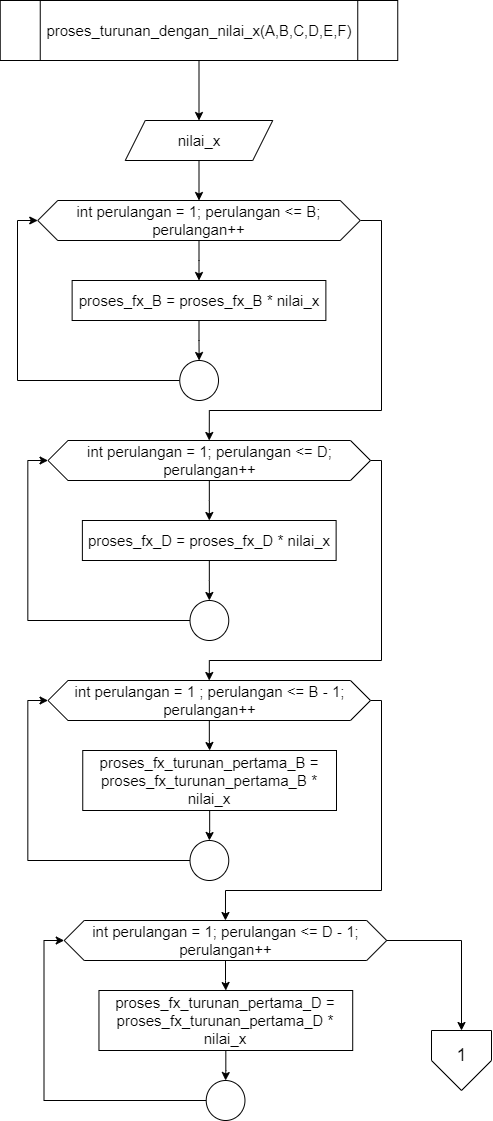
Before: Page/page 2.png, a diagram exported from draw.io (indyadirak/algoritma-newton-raptor). Source tidied: cells renumbered, new cells last; positions are measured from the earlier drawing's top-left corner, leaving out a move shared by most shapes.
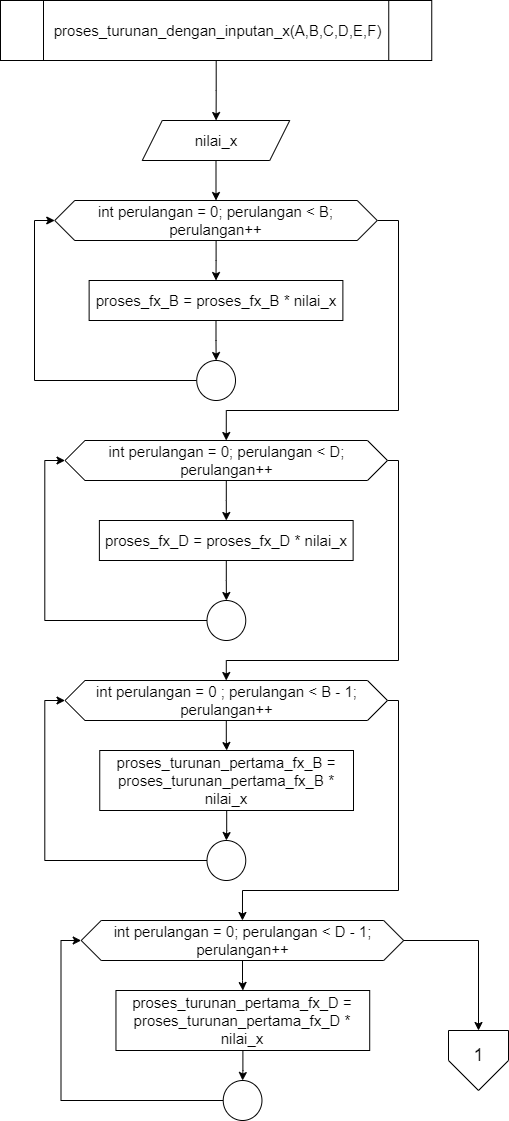
The same file after the commit.

Diff of the diagram source:
```diff
@@ -5,8 +5,8 @@
     <mxCell id="2" style="edgeStyle=orthogonalEdgeStyle;rounded=0;jettySize=auto;html=1;" parent="1" edge="1" source="3" target="5">
       <mxGeometry relative="1" as="geometry" />
     </mxCell>
-    <mxCell id="3" value="proses_turunan_dengan_nilai_x(A,B,C,D,E,F)" style="shape=process;whiteSpace=wrap;html=1;backgroundOutline=1;fontSize=15;" parent="1" vertex="1">
-      <mxGeometry x="-0.2" width="397.5" height="60" as="geometry" />
+    <mxCell id="3" value="&amp;nbsp;proses_turunan_dengan_inputan_x(A,B,C,D,E,F)" style="shape=process;whiteSpace=wrap;html=1;backgroundOutline=1;fontSize=15;" parent="1" vertex="1">
+      <mxGeometry x="-17" width="431.2" height="60" as="geometry" />
     </mxCell>
     <mxCell id="4" style="edgeStyle=orthogonalEdgeStyle;rounded=0;jettySize=auto;html=1;" parent="1" edge="1" source="5" target="8">
       <mxGeometry relative="1" as="geometry" />
@@ -26,7 +26,7 @@
         </Array>
       </mxGeometry>
     </mxCell>
-    <mxCell id="8" value="&lt;span style=&quot;font-size: 15px;&quot;&gt;int perulangan = 1; perulangan &amp;lt;= B; perulangan++&lt;/span&gt;" style="shape=hexagon;perimeter=hexagonPerimeter2;whiteSpace=wrap;html=1;fixedSize=1;fontSize=15;" parent="1" vertex="1">
+    <mxCell id="8" value="&lt;span style=&quot;font-size: 15px;&quot;&gt;int perulangan = 0; perulangan &amp;lt; B; perulangan++&lt;/span&gt;" style="shape=hexagon;perimeter=hexagonPerimeter2;whiteSpace=wrap;html=1;fixedSize=1;fontSize=15;" parent="1" vertex="1">
       <mxGeometry x="37.2" y="200" width="322.5" height="40" as="geometry" />
     </mxCell>
     <mxCell id="9" style="edgeStyle=orthogonalEdgeStyle;rounded=0;jettySize=auto;html=1;" parent="1" edge="1" source="10" target="12">
@@ -58,7 +58,7 @@
         </Array>
       </mxGeometry>
     </mxCell>
-    <mxCell id="15" value="&lt;span style=&quot;font-size: 15px;&quot;&gt;int perulangan = 1; perulangan &amp;lt;= D; perulangan++&lt;/span&gt;" style="shape=hexagon;perimeter=hexagonPerimeter2;whiteSpace=wrap;html=1;fixedSize=1;fontSize=15;" parent="1" vertex="1">
+    <mxCell id="15" value="&lt;span style=&quot;font-size: 15px;&quot;&gt;int perulangan = 0; perulangan &amp;lt; D; perulangan++&lt;/span&gt;" style="shape=hexagon;perimeter=hexagonPerimeter2;whiteSpace=wrap;html=1;fixedSize=1;fontSize=15;" parent="1" vertex="1">
       <mxGeometry x="47.5" y="440" width="322.5" height="40" as="geometry" />
     </mxCell>
     <mxCell id="16" style="edgeStyle=orthogonalEdgeStyle;rounded=0;jettySize=auto;html=1;" parent="1" edge="1" source="17" target="19">
@@ -90,13 +90,13 @@
         </Array>
       </mxGeometry>
     </mxCell>
-    <mxCell id="22" value="&lt;span style=&quot;font-size: 15px;&quot;&gt;int perulangan = 1 ; perulangan &amp;lt;= B - 1; perulangan++&lt;/span&gt;" style="shape=hexagon;perimeter=hexagonPerimeter2;whiteSpace=wrap;html=1;fixedSize=1;fontSize=15;" parent="1" vertex="1">
+    <mxCell id="22" value="&lt;span style=&quot;font-size: 15px;&quot;&gt;int perulangan = 0 ; perulangan &amp;lt; B - 1; perulangan++&lt;/span&gt;" style="shape=hexagon;perimeter=hexagonPerimeter2;whiteSpace=wrap;html=1;fixedSize=1;fontSize=15;" parent="1" vertex="1">
       <mxGeometry x="47.5" y="680" width="322.5" height="40" as="geometry" />
     </mxCell>
     <mxCell id="23" style="edgeStyle=orthogonalEdgeStyle;rounded=0;jettySize=auto;html=1;" parent="1" edge="1" source="24" target="26">
       <mxGeometry relative="1" as="geometry" />
     </mxCell>
-    <mxCell id="24" value="&lt;span style=&quot;font-size: 15px;&quot;&gt;proses_fx_turunan_pertama_B = proses_fx_turunan_pertama_B * nilai_x&lt;/span&gt;" style="whiteSpace=wrap;html=1;fontSize=15;" parent="1" vertex="1">
+    <mxCell id="24" value="&lt;span style=&quot;font-size: 15px;&quot;&gt;proses_turunan_pertama_fx_B = proses_turunan_pertama_fx_B * nilai_x&lt;/span&gt;" style="whiteSpace=wrap;html=1;fontSize=15;" parent="1" vertex="1">
       <mxGeometry x="82.2" y="750" width="253.8" height="60" as="geometry" />
     </mxCell>
     <mxCell id="25" style="edgeStyle=orthogonalEdgeStyle;rounded=0;jettySize=auto;html=1;entryX=0;entryY=0.5;entryDx=0;entryDy=0;" parent="1" edge="1" source="26" target="22">
@@ -116,13 +116,13 @@
     <mxCell id="28" style="edgeStyle=orthogonalEdgeStyle;rounded=0;jettySize=auto;html=1;entryX=0.5;entryY=0;entryDx=0;entryDy=0;" parent="1" edge="1" source="29" target="34">
       <mxGeometry relative="1" as="geometry" />
     </mxCell>
-    <mxCell id="29" value="&lt;span style=&quot;font-size: 15px;&quot;&gt;int perulangan = 1; perulangan &amp;lt;= D - 1; perulangan++&lt;/span&gt;" style="shape=hexagon;perimeter=hexagonPerimeter2;whiteSpace=wrap;html=1;fixedSize=1;fontSize=15;" parent="1" vertex="1">
+    <mxCell id="29" value="&lt;span style=&quot;font-size: 15px;&quot;&gt;int perulangan = 0; perulangan &amp;lt; D - 1; perulangan++&lt;/span&gt;" style="shape=hexagon;perimeter=hexagonPerimeter2;whiteSpace=wrap;html=1;fixedSize=1;fontSize=15;" parent="1" vertex="1">
       <mxGeometry x="63.7" y="920" width="322.5" height="40" as="geometry" />
     </mxCell>
     <mxCell id="30" style="edgeStyle=orthogonalEdgeStyle;rounded=0;jettySize=auto;html=1;" parent="1" edge="1" source="31" target="33">
       <mxGeometry relative="1" as="geometry" />
     </mxCell>
-    <mxCell id="31" value="&lt;span style=&quot;font-size: 15px;&quot;&gt;proses_fx_turunan_pertama_D = proses_fx_turunan_pertama_D * nilai_x&lt;/span&gt;" style="whiteSpace=wrap;html=1;fontSize=15;" parent="1" vertex="1">
+    <mxCell id="31" value="&lt;span style=&quot;font-size: 15px;&quot;&gt;proses_turunan_pertama_fx_D = proses_turunan_pertama_fx_D * nilai_x&lt;/span&gt;" style="whiteSpace=wrap;html=1;fontSize=15;" parent="1" vertex="1">
       <mxGeometry x="98.5" y="990" width="253.8" height="60" as="geometry" />
     </mxCell>
     <mxCell id="32" style="edgeStyle=orthogonalEdgeStyle;rounded=0;jettySize=auto;html=1;entryX=0;entryY=0.5;entryDx=0;entryDy=0;" parent="1" edge="1" source="33" target="29">
```
